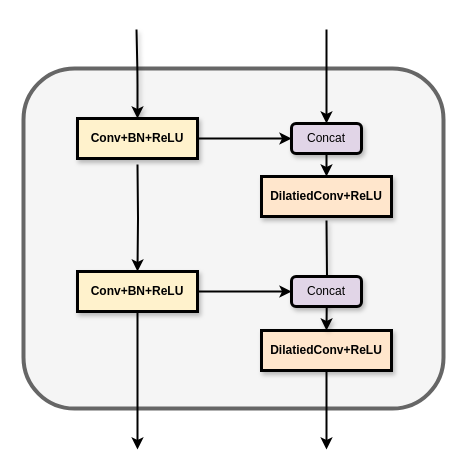
The draw.io diagram Asymmetric_Cross_Path/b_semmetric.drawio in KopiSoftware/draw_cc_cloud, before the edit. Source tidied: cells renumbered, new cells numbered last; positions are measured from the earlier drawing's top-left corner, leaving out a move shared by most shapes. Both pictures are drawn from the tidied source at 100%, with x=0, y=0 at pixel (23, 29).
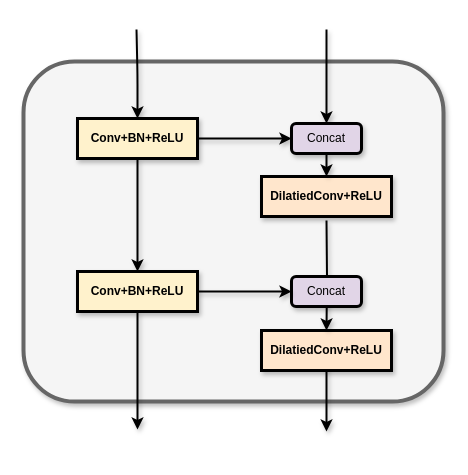
The same page after the edit.

The change refers to these unchanged cells:
```xml
<mxCell id="6" value="&lt;b&gt;Conv+BN+ReLU&lt;/b&gt;" style="rounded=0;whiteSpace=wrap;html=1;fillColor=#fff2cc;strokeColor=#000000;strokeWidth=3;shadow=1;" parent="1" vertex="1">
  <mxGeometry x="54" y="89" width="120" height="40" as="geometry" />
</mxCell>
<mxCell id="8" value="&lt;b style=&quot;border-color: var(--border-color);&quot;&gt;DilatiedConv+ReLU&lt;/b&gt;" style="rounded=0;whiteSpace=wrap;html=1;fillColor=#ffe6cc;strokeColor=#000000;strokeWidth=3;shadow=1;" parent="1" vertex="1">
  <mxGeometry x="238" y="301" width="130" height="40" as="geometry" />
</mxCell>
<mxCell id="11" value="&lt;b style=&quot;border-color: var(--border-color);&quot;&gt;DilatiedConv+ReLU&lt;/b&gt;" style="rounded=0;whiteSpace=wrap;html=1;fillColor=#ffe6cc;strokeColor=#000000;strokeWidth=3;shadow=1;" parent="1" vertex="1">
  <mxGeometry x="238" y="147" width="130" height="40" as="geometry" />
</mxCell>
<mxCell id="12" value="Concat" style="rounded=1;whiteSpace=wrap;html=1;strokeWidth=3;shadow=1;fillColor=#e1d5e7;strokeColor=#000000;" parent="1" vertex="1">
  <mxGeometry x="268" y="247" width="70" height="30" as="geometry" />
</mxCell>
<mxCell id="18" value="Concat" style="rounded=1;whiteSpace=wrap;html=1;strokeWidth=3;shadow=1;fillColor=#e1d5e7;strokeColor=#000000;" parent="1" vertex="1">
  <mxGeometry x="268" y="94" width="70" height="30" as="geometry" />
</mxCell>
```

Diff of the diagram source:
```diff
@@
-    <mxCell id="2" style="rounded=1;whiteSpace=wrap;html=1;fillColor=#f5f5f5;strokeColor=#666666;strokeWidth=4;fontColor=#333333;" parent="1" vertex="1">
-      <mxGeometry y="39" width="420" height="340" as="geometry" />
+    <mxCell id="2" style="rounded=1;whiteSpace=wrap;html=1;fillColor=#f5f5f5;strokeColor=#666666;strokeWidth=4;fontColor=#333333;shadow=1;" parent="1" vertex="1">
+      <mxGeometry y="32" width="420" height="340" as="geometry" />
     </mxCell>
@@
-    <mxCell id="4" style="edgeStyle=orthogonalEdgeStyle;rounded=0;jettySize=auto;html=1;entryX=0;entryY=0.5;entryDx=0;entryDy=0;strokeWidth=2;" parent="1" edge="1" source="6" target="18">
+    <mxCell id="4" style="edgeStyle=orthogonalEdgeStyle;rounded=0;jettySize=auto;html=1;entryX=0;entryY=0.5;entryDx=0;entryDy=0;strokeWidth=2;shadow=1;" parent="1" edge="1" source="6" target="18">
       <mxGeometry relative="1" as="geometry" />
     </mxCell>
-    <mxCell id="5" style="edgeStyle=orthogonalEdgeStyle;rounded=0;jettySize=auto;html=1;entryX=0.5;entryY=0;entryDx=0;entryDy=0;strokeWidth=2;" parent="1" edge="1" target="15">
-      <mxGeometry relative="1" as="geometry">
-        <mxPoint x="114" y="135" as="sourcePoint" />
-      </mxGeometry>
-    </mxCell>
+    <mxCell id="19" style="edgeStyle=orthogonalEdgeStyle;rounded=0;jettySize=auto;html=1;exitX=0.5;exitY=1;exitDx=0;exitDy=0;entryX=0.5;entryY=0;entryDx=0;entryDy=0;strokeWidth=2;shadow=1;" parent="1" edge="1" source="6" target="15">
+      <mxGeometry relative="1" as="geometry" />
+    </mxCell>
@@
-    <mxCell id="7" style="edgeStyle=orthogonalEdgeStyle;rounded=0;jettySize=auto;html=1;exitX=0.5;exitY=1;exitDx=0;exitDy=0;strokeWidth=2;" parent="1" edge="1" source="8">
+    <mxCell id="7" style="edgeStyle=orthogonalEdgeStyle;rounded=0;orthogonalLoop=1;jettySize=auto;html=1;exitX=0.5;exitY=1;exitDx=0;exitDy=0;strokeWidth=2;shadow=1;" parent="1" edge="1">
       <mxGeometry relative="1" as="geometry">
-        <mxPoint x="303" y="420" as="targetPoint" />
+        <mxPoint x="303" y="323" as="sourcePoint" />
+        <mxPoint x="303" y="402" as="targetPoint" />
       </mxGeometry>
     </mxCell>
@@
-    <mxCell id="10" style="edgeStyle=orthogonalEdgeStyle;rounded=0;jettySize=auto;html=1;exitX=0.5;exitY=0;exitDx=0;exitDy=0;" parent="1" edge="1" source="11">
+    <mxCell id="10" style="edgeStyle=orthogonalEdgeStyle;rounded=0;jettySize=auto;html=1;exitX=0.5;exitY=0;exitDx=0;exitDy=0;shadow=1;" parent="1" edge="1" source="11">
       <mxGeometry relative="1" as="geometry">
         <mxPoint x="303" y="147" as="targetPoint" />
       </mxGeometry>
     </mxCell>
@@
-    <mxCell id="13" style="edgeStyle=orthogonalEdgeStyle;rounded=0;jettySize=auto;html=1;strokeWidth=2;" parent="1" edge="1" source="15">
-      <mxGeometry relative="1" as="geometry">
-        <mxPoint x="114" y="420" as="targetPoint" />
-      </mxGeometry>
-    </mxCell>
-    <mxCell id="14" style="edgeStyle=orthogonalEdgeStyle;rounded=0;jettySize=auto;html=1;exitX=1;exitY=0.5;exitDx=0;exitDy=0;entryX=0;entryY=0.5;entryDx=0;entryDy=0;strokeWidth=2;" parent="1" edge="1" source="15" target="12">
-      <mxGeometry relative="1" as="geometry" />
-    </mxCell>
-    <mxCell id="15" value="&lt;b&gt;Conv+BN+ReLU&lt;/b&gt;" style="rounded=0;whiteSpace=wrap;html=1;fillColor=#fff2cc;strokeColor=#000000;strokeWidth=3;shadow=1;" parent="1" vertex="1">
-      <mxGeometry x="54" y="242" width="120" height="40" as="geometry" />
-    </mxCell>
-    <mxCell id="16" style="edgeStyle=orthogonalEdgeStyle;rounded=0;jettySize=auto;html=1;entryX=0.5;entryY=0;entryDx=0;entryDy=0;strokeWidth=2;" parent="1" edge="1" source="18" target="11">
+    <mxCell id="16" style="edgeStyle=orthogonalEdgeStyle;rounded=0;jettySize=auto;html=1;entryX=0.5;entryY=0;entryDx=0;entryDy=0;strokeWidth=2;shadow=1;" parent="1" edge="1" source="18" target="11">
       <mxGeometry relative="1" as="geometry" />
     </mxCell>
-    <mxCell id="17" style="edgeStyle=orthogonalEdgeStyle;rounded=0;jettySize=auto;html=1;endArrow=none;endFill=0;startArrow=classic;startFill=1;strokeWidth=2;" parent="1" edge="1" source="18">
+    <mxCell id="17" style="edgeStyle=orthogonalEdgeStyle;rounded=0;jettySize=auto;html=1;endArrow=none;endFill=0;startArrow=classic;startFill=1;strokeWidth=2;shadow=1;" parent="1" edge="1" source="18">
       <mxGeometry relative="1" as="geometry">
         <mxPoint x="303" as="targetPoint" />
       </mxGeometry>
     </mxCell>
@@
+    <mxCell id="20" style="edgeStyle=orthogonalEdgeStyle;rounded=0;jettySize=auto;html=1;exitX=0.5;exitY=1;exitDx=0;exitDy=0;strokeWidth=2;shadow=1;" parent="1" edge="1" source="15">
+      <mxGeometry relative="1" as="geometry">
+        <mxPoint x="114" y="400" as="targetPoint" />
+      </mxGeometry>
+    </mxCell>
+    <mxCell id="14" style="edgeStyle=orthogonalEdgeStyle;rounded=0;jettySize=auto;html=1;exitX=1;exitY=0.5;exitDx=0;exitDy=0;entryX=0;entryY=0.5;entryDx=0;entryDy=0;strokeWidth=2;shadow=1;" parent="1" edge="1" source="15" target="12">
+      <mxGeometry relative="1" as="geometry" />
+    </mxCell>
+    <mxCell id="15" value="&lt;b&gt;Conv+BN+ReLU&lt;/b&gt;" style="rounded=0;whiteSpace=wrap;html=1;fillColor=#fff2cc;strokeColor=#000000;strokeWidth=3;shadow=1;" parent="1" vertex="1">
+      <mxGeometry x="54" y="242" width="120" height="40" as="geometry" />
+    </mxCell>
```
